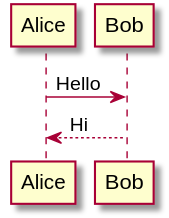
This is docs/diagrams/diagram_7.svg from shutova-olga/saba-0625, a PlantUML export, as it was before one commit.
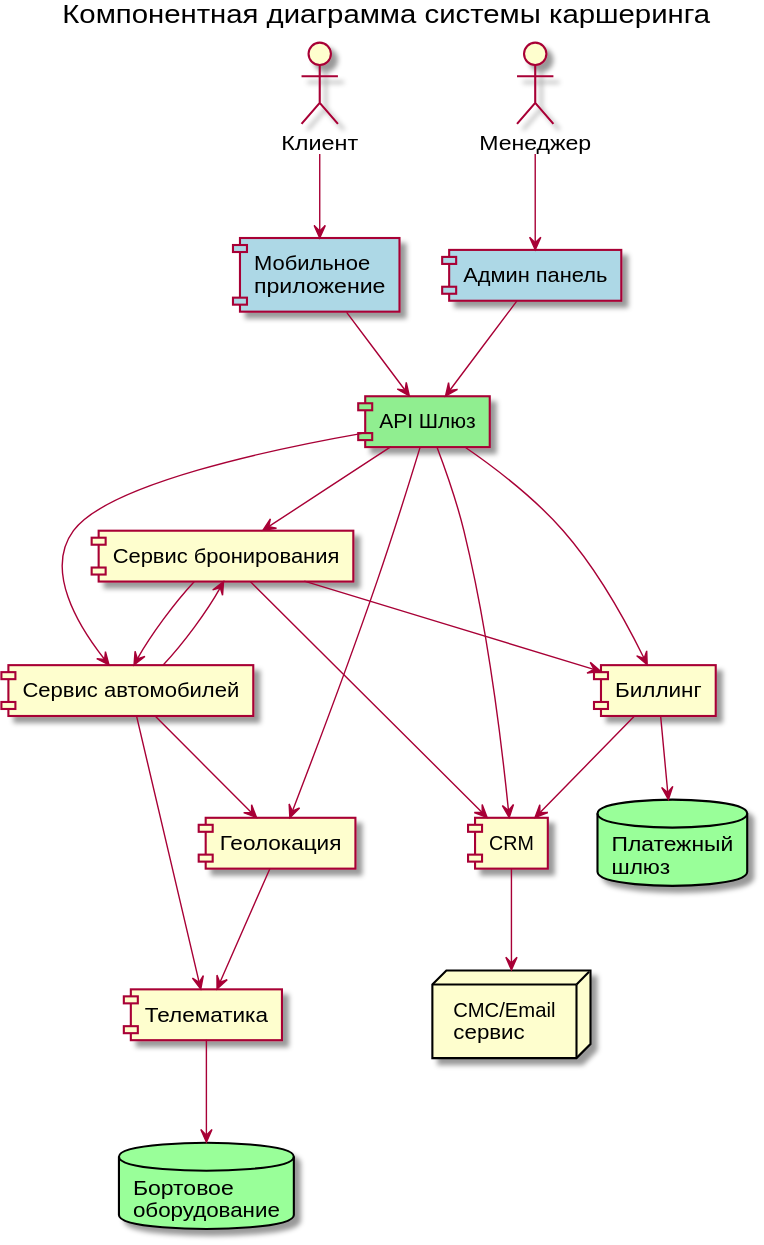
After the change.

What changed in the source:
```diff
@@ -1,4 +1,50 @@
 @startuml
-Alice -> Bob: Hello
-Bob --> Alice: Hi
+title  Компонентная диаграмма системы каршеринга
+
+actor "Клиент" as Client
+actor "Менеджер" as Manager
+database "Платежный\nшлюз" as Payment #99FF99
+database "Бортовое\nоборудование" as Car #99FF99
+node "СМС/Email\nсервис" as Notifications
+
+component "Мобильное\nприложение" as App #lightblue
+component "Админ панель" as Admin #lightblue
+component "API Шлюз" as Gateway #lightgreen
+
+component "Сервис бронирования" as Booking
+component "Сервис автомобилей" as Vehicles
+component "Биллинг" as Billing
+component "CRM" as CRM
+
+component "Геолокация" as Geo
+component "Телематика" as Telematics
+
+Client --> App
+Manager --> Admin
+
+App --> Gateway
+Admin --> Gateway
+
+Gateway --> Booking
+Gateway --> Vehicles
+Gateway --> Billing
+Gateway --> CRM
+Gateway --> Geo
+
+Booking --> Vehicles
+Booking --> Billing
+Booking --> CRM
+
+Vehicles --> Telematics
+Vehicles --> Geo
+
+Telematics --> Car
+Billing --> Payment
+CRM --> Notifications
+
+Geo --> Telematics
+
+Billing --> CRM
+Vehicles --> Booking
+
 @enduml
```
